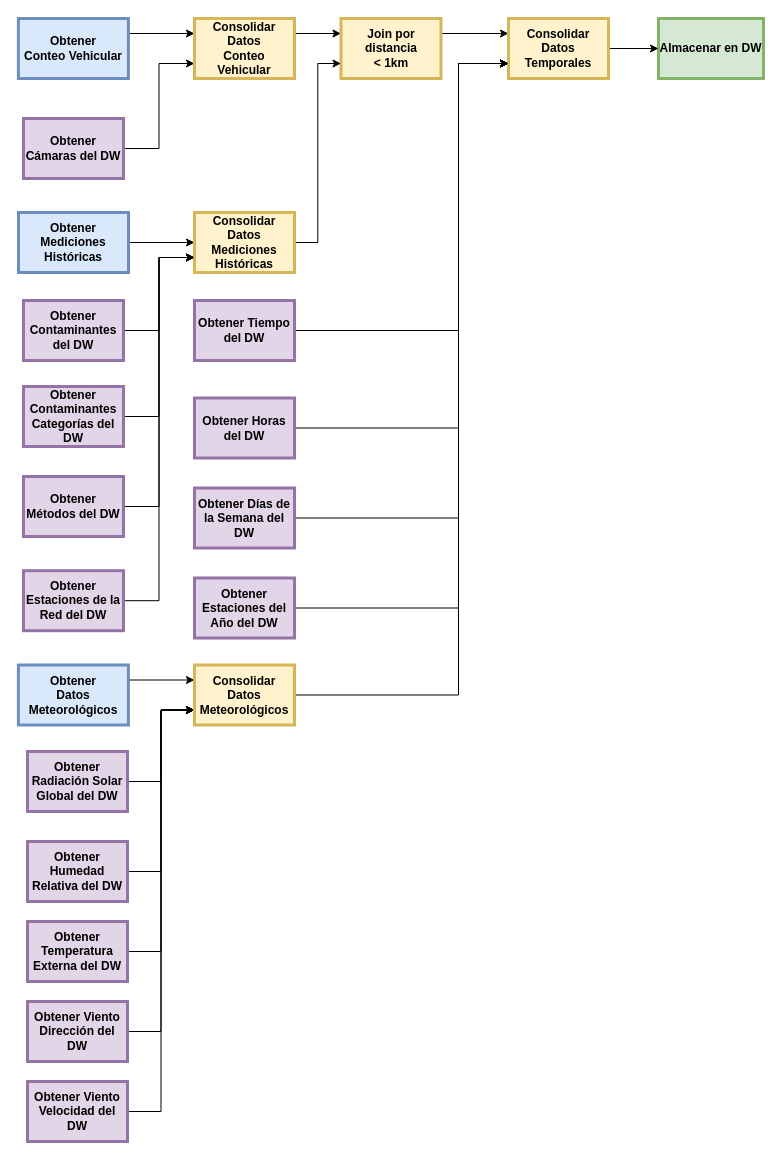
Earlier version of the draw.io diagram 4. Diseño físico/measures/vehiculoscontaminacion/CargaVehiculosContaminacion.drawio (gonzalomelov/dw-calidad-aire-docs). Source tidied: cells renumbered, new cells numbered last; positions are measured from the earlier drawing's top-left corner, leaving out a move shared by most shapes. Both pictures are drawn from the tidied source at 100%, with x=0, y=0 at pixel (18, 18).
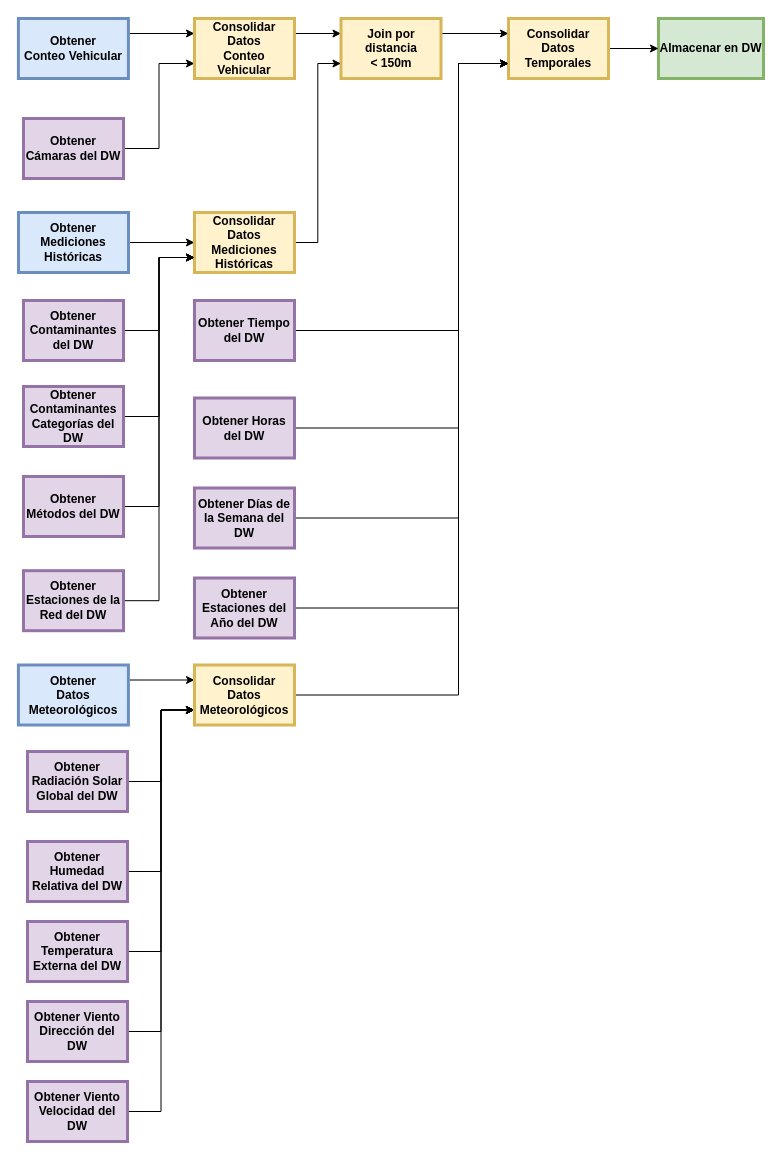
After the change.

Change to the diagram source:
```diff
@@
-    <mxCell id="25" value="Join por distancia&#10;&lt; 1km" style="whiteSpace=wrap;align=center;verticalAlign=middle;fontStyle=1;strokeWidth=3;fillColor=#fff2cc;strokeColor=#d6b656;" parent="1" vertex="1">
+    <mxCell id="25" value="Join por distancia&#10;&lt; 150m" style="whiteSpace=wrap;align=center;verticalAlign=middle;fontStyle=1;strokeWidth=3;fillColor=#fff2cc;strokeColor=#d6b656;" parent="1" vertex="1">
       <mxGeometry x="322.5" width="100" height="60" as="geometry" />
     </mxCell>
```
